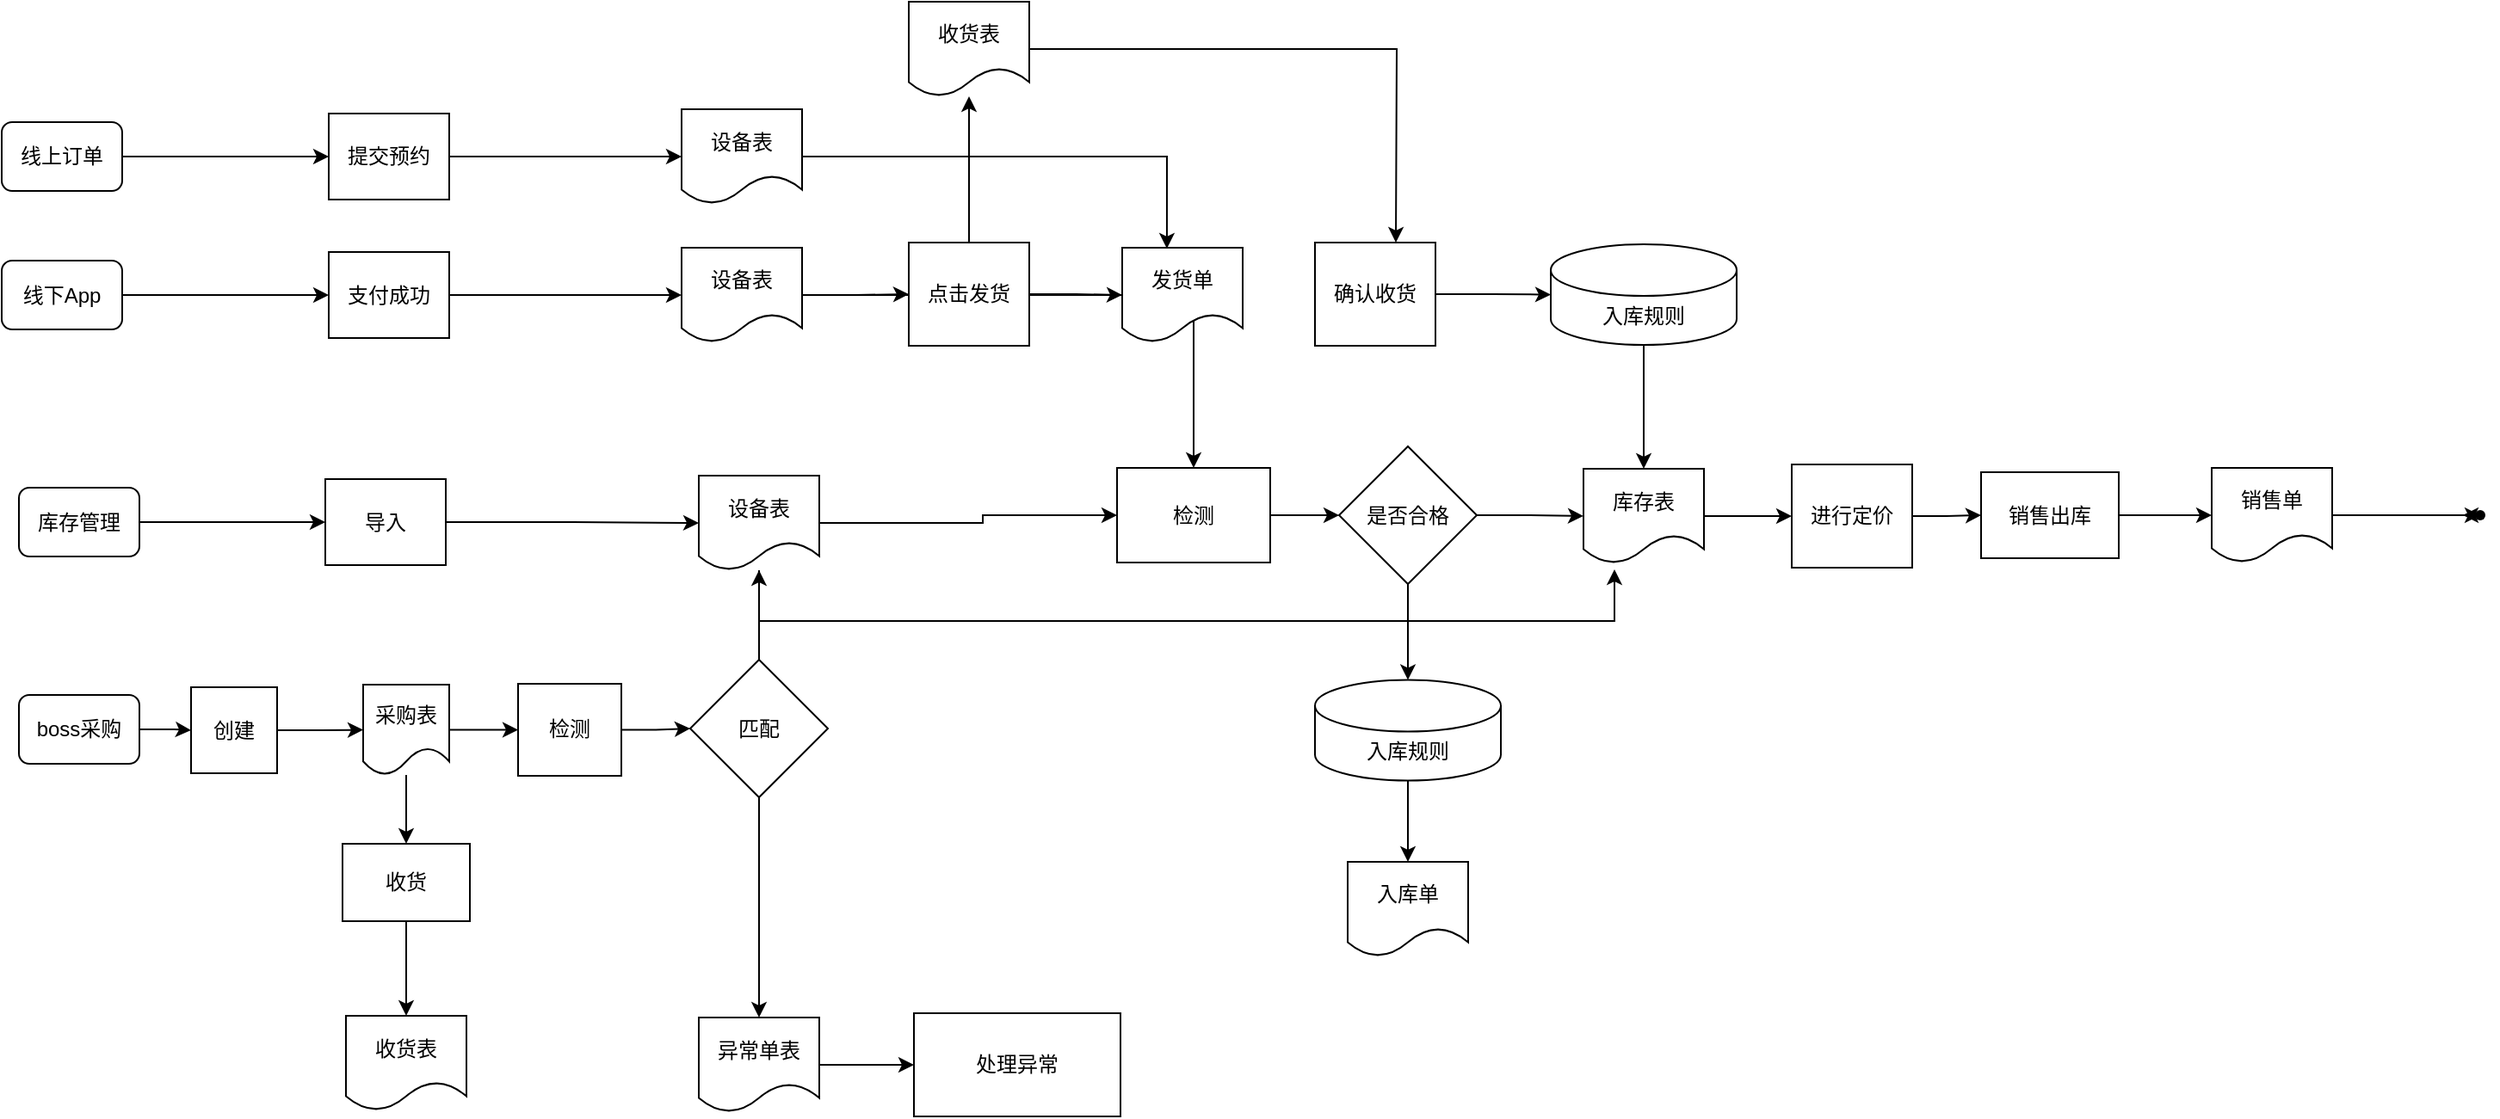
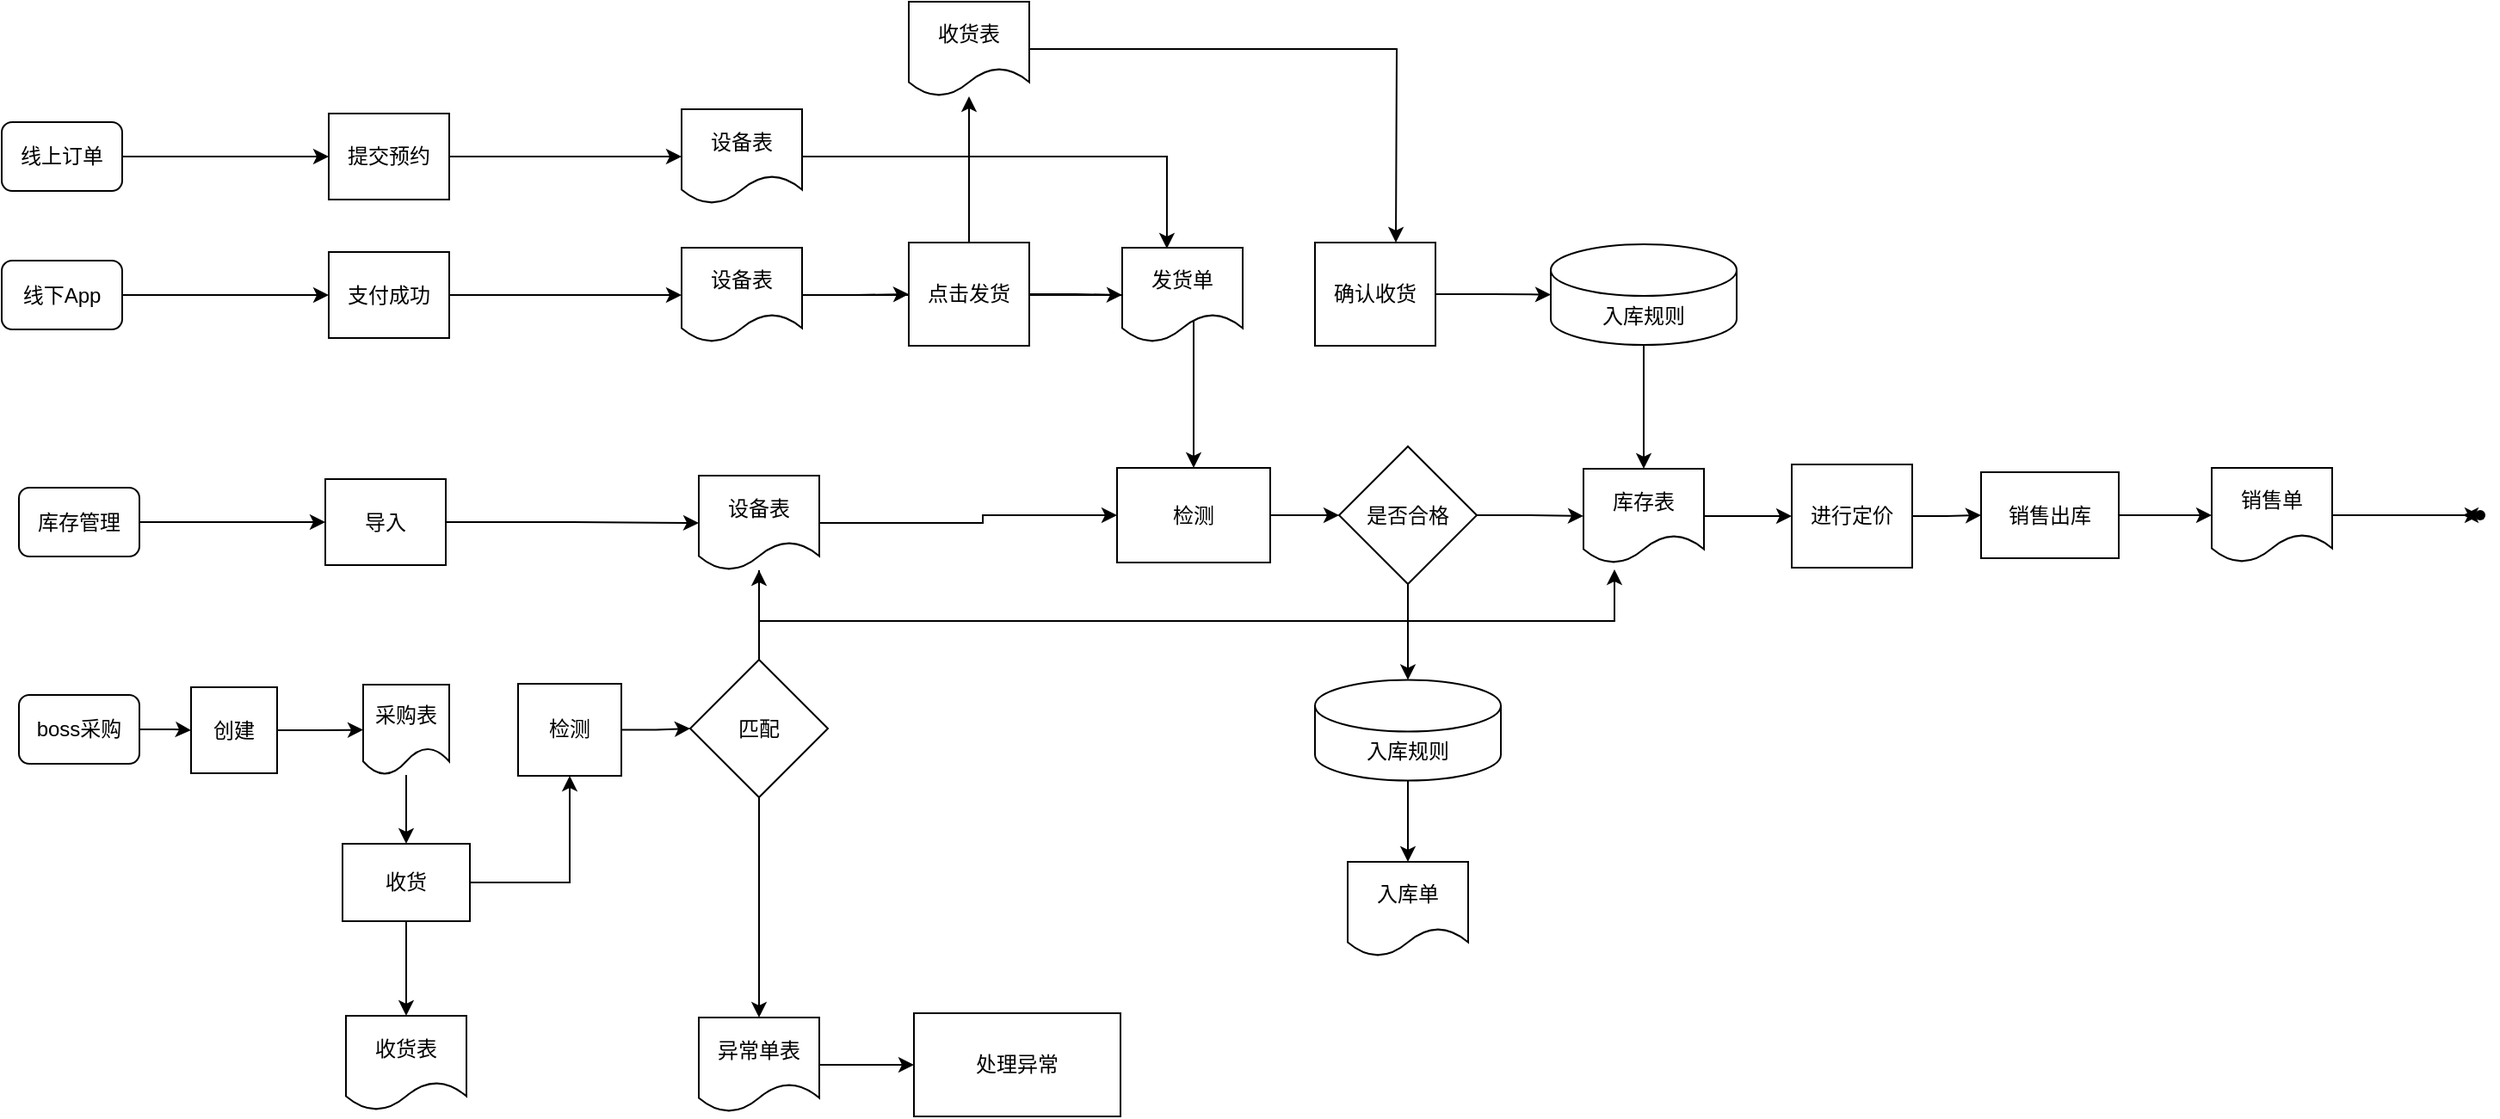
<mxfile host="app.diagrams.net">
  <diagram name="第 1 页" id="s3CgnVwbfZmktE_ADOAM">
-     <mxGraphModel dx="1653" dy="738" grid="1" gridSize="10" guides="1" tooltips="1" connect="1" arrows="1" fold="1" page="1" pageScale="1" pageWidth="827" pageHeight="1169" math="0" shadow="0">
+     <mxGraphModel dx="1383" dy="679" grid="1" gridSize="10" guides="1" tooltips="1" connect="1" arrows="1" fold="1" page="1" pageScale="1" pageWidth="827" pageHeight="1169" math="0" shadow="0">
      <root>
        <mxCell id="0" />
        <mxCell id="1" parent="0" />
        <mxCell id="9bAV4iDaCewVaVFpZhyE-6" edge="1" parent="1" source="9bAV4iDaCewVaVFpZhyE-1" style="edgeStyle=orthogonalEdgeStyle;rounded=0;orthogonalLoop=1;jettySize=auto;html=1;entryX=0;entryY=0.5;entryDx=0;entryDy=0;" target="9bAV4iDaCewVaVFpZhyE-5">
          <mxGeometry relative="1" as="geometry" />
        </mxCell>
        <mxCell id="9bAV4iDaCewVaVFpZhyE-1" parent="1" style="rounded=1;whiteSpace=wrap;html=1;" value="线上订单" vertex="1">
          <mxGeometry height="40" width="70" x="100" y="200" as="geometry" />
        </mxCell>
        <mxCell id="9bAV4iDaCewVaVFpZhyE-8" edge="1" parent="1" source="9bAV4iDaCewVaVFpZhyE-2" style="edgeStyle=orthogonalEdgeStyle;rounded=0;orthogonalLoop=1;jettySize=auto;html=1;entryX=0;entryY=0.5;entryDx=0;entryDy=0;" target="9bAV4iDaCewVaVFpZhyE-7">
          <mxGeometry relative="1" as="geometry" />
        </mxCell>
        <mxCell id="9bAV4iDaCewVaVFpZhyE-2" parent="1" style="rounded=1;whiteSpace=wrap;html=1;" value="线下App" vertex="1">
          <mxGeometry height="40" width="70" x="100" y="280.5" as="geometry" />
        </mxCell>
        <mxCell id="9bAV4iDaCewVaVFpZhyE-18" edge="1" parent="1" source="9bAV4iDaCewVaVFpZhyE-4" style="edgeStyle=orthogonalEdgeStyle;rounded=0;orthogonalLoop=1;jettySize=auto;html=1;entryX=0;entryY=0.5;entryDx=0;entryDy=0;" target="9bAV4iDaCewVaVFpZhyE-17">
          <mxGeometry relative="1" as="geometry" />
        </mxCell>
        <mxCell id="9bAV4iDaCewVaVFpZhyE-4" parent="1" style="rounded=1;whiteSpace=wrap;html=1;" value="boss采购" vertex="1">
          <mxGeometry height="40" width="70" x="110" y="533" as="geometry" />
        </mxCell>
        <mxCell id="9bAV4iDaCewVaVFpZhyE-13" edge="1" parent="1" source="9bAV4iDaCewVaVFpZhyE-5" style="edgeStyle=orthogonalEdgeStyle;rounded=0;orthogonalLoop=1;jettySize=auto;html=1;entryX=0;entryY=0.5;entryDx=0;entryDy=0;" target="9bAV4iDaCewVaVFpZhyE-10">
          <mxGeometry relative="1" as="geometry" />
        </mxCell>
        <mxCell id="9bAV4iDaCewVaVFpZhyE-5" parent="1" style="rounded=0;whiteSpace=wrap;html=1;" value="提交预约" vertex="1">
          <mxGeometry height="50" width="70" x="290" y="195" as="geometry" />
        </mxCell>
        <mxCell id="9bAV4iDaCewVaVFpZhyE-14" edge="1" parent="1" source="9bAV4iDaCewVaVFpZhyE-7" style="edgeStyle=orthogonalEdgeStyle;rounded=0;orthogonalLoop=1;jettySize=auto;html=1;entryX=0;entryY=0.5;entryDx=0;entryDy=0;" target="9bAV4iDaCewVaVFpZhyE-11">
          <mxGeometry relative="1" as="geometry" />
        </mxCell>
        <mxCell id="9bAV4iDaCewVaVFpZhyE-7" parent="1" style="rounded=0;whiteSpace=wrap;html=1;" value="支付成功" vertex="1">
          <mxGeometry height="50" width="70" x="290" y="275.5" as="geometry" />
        </mxCell>
        <mxCell id="GVKssT9AvyQaVMVPeHK4-81" edge="1" parent="1" source="9bAV4iDaCewVaVFpZhyE-9" style="edgeStyle=orthogonalEdgeStyle;rounded=0;orthogonalLoop=1;jettySize=auto;html=1;" target="GVKssT9AvyQaVMVPeHK4-80" value="">
          <mxGeometry relative="1" as="geometry" />
        </mxCell>
+         <mxCell id="8hWod6TTKWvcKmEvH4T0-15" edge="1" parent="1" source="9bAV4iDaCewVaVFpZhyE-9" style="edgeStyle=orthogonalEdgeStyle;rounded=0;orthogonalLoop=1;jettySize=auto;html=1;entryX=0.5;entryY=1;entryDx=0;entryDy=0;" target="GVKssT9AvyQaVMVPeHK4-85">
+           <mxGeometry relative="1" as="geometry" />
+         </mxCell>
        <mxCell id="9bAV4iDaCewVaVFpZhyE-9" parent="1" style="rounded=0;whiteSpace=wrap;html=1;" value="收货" vertex="1">
          <mxGeometry height="45" width="74" x="298" y="619.5" as="geometry" />
        </mxCell>
        <mxCell id="9bAV4iDaCewVaVFpZhyE-10" parent="1" style="shape=document;whiteSpace=wrap;html=1;boundedLbl=1;" value="设备表" vertex="1">
          <mxGeometry height="55" width="70" x="495" y="192.5" as="geometry" />
        </mxCell>
        <mxCell id="GVKssT9AvyQaVMVPeHK4-16" edge="1" parent="1" source="9bAV4iDaCewVaVFpZhyE-11" style="edgeStyle=orthogonalEdgeStyle;rounded=0;orthogonalLoop=1;jettySize=auto;html=1;entryX=0.5;entryY=0;entryDx=0;entryDy=0;" target="GVKssT9AvyQaVMVPeHK4-11">
          <mxGeometry relative="1" as="geometry" />
        </mxCell>
        <mxCell id="GVKssT9AvyQaVMVPeHK4-46" edge="1" parent="1" source="9bAV4iDaCewVaVFpZhyE-11" style="edgeStyle=orthogonalEdgeStyle;rounded=0;orthogonalLoop=1;jettySize=auto;html=1;entryX=0;entryY=0.5;entryDx=0;entryDy=0;" target="GVKssT9AvyQaVMVPeHK4-45">
          <mxGeometry relative="1" as="geometry" />
        </mxCell>
        <mxCell id="9bAV4iDaCewVaVFpZhyE-11" parent="1" style="shape=document;whiteSpace=wrap;html=1;boundedLbl=1;" value="设备表" vertex="1">
          <mxGeometry height="55" width="70" x="495" y="273" as="geometry" />
        </mxCell>
        <mxCell id="9bAV4iDaCewVaVFpZhyE-20" edge="1" parent="1" source="9bAV4iDaCewVaVFpZhyE-17" style="edgeStyle=orthogonalEdgeStyle;rounded=0;orthogonalLoop=1;jettySize=auto;html=1;entryX=0;entryY=0.5;entryDx=0;entryDy=0;" target="9bAV4iDaCewVaVFpZhyE-19">
          <mxGeometry relative="1" as="geometry" />
        </mxCell>
        <mxCell id="9bAV4iDaCewVaVFpZhyE-17" parent="1" style="rounded=0;whiteSpace=wrap;html=1;" value="创建" vertex="1">
          <mxGeometry height="50" width="50" x="210" y="528.5" as="geometry" />
        </mxCell>
        <mxCell id="GVKssT9AvyQaVMVPeHK4-70" edge="1" parent="1" source="9bAV4iDaCewVaVFpZhyE-19" style="edgeStyle=orthogonalEdgeStyle;rounded=0;orthogonalLoop=1;jettySize=auto;html=1;" target="9bAV4iDaCewVaVFpZhyE-9" value="">
-           <mxGeometry relative="1" as="geometry" />
-         </mxCell>
-         <mxCell id="GVKssT9AvyQaVMVPeHK4-86" edge="1" parent="1" source="9bAV4iDaCewVaVFpZhyE-19" style="edgeStyle=orthogonalEdgeStyle;rounded=0;orthogonalLoop=1;jettySize=auto;html=1;" target="GVKssT9AvyQaVMVPeHK4-85" value="">
          <mxGeometry relative="1" as="geometry" />
        </mxCell>
        <mxCell id="9bAV4iDaCewVaVFpZhyE-19" parent="1" style="shape=document;whiteSpace=wrap;html=1;boundedLbl=1;" value="采购表" vertex="1">
          <mxGeometry height="52.5" width="50" x="310" y="527" as="geometry" />
        </mxCell>
        <mxCell id="GVKssT9AvyQaVMVPeHK4-67" edge="1" parent="1" source="GVKssT9AvyQaVMVPeHK4-10" style="edgeStyle=orthogonalEdgeStyle;rounded=0;orthogonalLoop=1;jettySize=auto;html=1;" target="GVKssT9AvyQaVMVPeHK4-13" value="">
          <mxGeometry relative="1" as="geometry" />
        </mxCell>
        <mxCell id="8hWod6TTKWvcKmEvH4T0-7" edge="1" parent="1" source="GVKssT9AvyQaVMVPeHK4-10" style="edgeStyle=orthogonalEdgeStyle;rounded=0;orthogonalLoop=1;jettySize=auto;html=1;" target="8hWod6TTKWvcKmEvH4T0-6" value="">
          <mxGeometry relative="1" as="geometry" />
        </mxCell>
        <mxCell id="GVKssT9AvyQaVMVPeHK4-10" parent="1" style="rhombus;whiteSpace=wrap;html=1;" value="是否合格" vertex="1">
          <mxGeometry height="80" width="80" x="877" y="388.5" as="geometry" />
        </mxCell>
        <mxCell id="GVKssT9AvyQaVMVPeHK4-74" edge="1" parent="1" source="GVKssT9AvyQaVMVPeHK4-11" style="edgeStyle=orthogonalEdgeStyle;rounded=0;orthogonalLoop=1;jettySize=auto;html=1;" target="GVKssT9AvyQaVMVPeHK4-10" value="">
          <mxGeometry relative="1" as="geometry" />
        </mxCell>
        <mxCell id="GVKssT9AvyQaVMVPeHK4-11" parent="1" style="rounded=0;whiteSpace=wrap;html=1;" value="&lt;span style=&quot;text-align: left;&quot;&gt;检测&lt;/span&gt;" vertex="1">
          <mxGeometry height="55" width="89" x="748" y="401" as="geometry" />
        </mxCell>
        <mxCell id="GVKssT9AvyQaVMVPeHK4-60" edge="1" parent="1" source="GVKssT9AvyQaVMVPeHK4-13" style="edgeStyle=orthogonalEdgeStyle;rounded=0;orthogonalLoop=1;jettySize=auto;html=1;" target="GVKssT9AvyQaVMVPeHK4-19" value="">
          <mxGeometry relative="1" as="geometry" />
        </mxCell>
        <mxCell id="GVKssT9AvyQaVMVPeHK4-13" parent="1" style="shape=document;whiteSpace=wrap;html=1;boundedLbl=1;" value="库存表" vertex="1">
          <mxGeometry height="55" width="70" x="1019" y="401.5" as="geometry" />
        </mxCell>
        <mxCell id="GVKssT9AvyQaVMVPeHK4-22" edge="1" parent="1" source="GVKssT9AvyQaVMVPeHK4-19" style="edgeStyle=orthogonalEdgeStyle;rounded=0;orthogonalLoop=1;jettySize=auto;html=1;" target="GVKssT9AvyQaVMVPeHK4-21" value="">
          <mxGeometry relative="1" as="geometry" />
        </mxCell>
        <mxCell id="GVKssT9AvyQaVMVPeHK4-19" parent="1" style="rounded=0;whiteSpace=wrap;html=1;" value="进行定价" vertex="1">
          <mxGeometry height="60" width="70" x="1140" y="399" as="geometry" />
        </mxCell>
        <mxCell id="GVKssT9AvyQaVMVPeHK4-25" edge="1" parent="1" source="GVKssT9AvyQaVMVPeHK4-21" style="edgeStyle=orthogonalEdgeStyle;rounded=0;orthogonalLoop=1;jettySize=auto;html=1;" target="GVKssT9AvyQaVMVPeHK4-24" value="">
          <mxGeometry relative="1" as="geometry" />
        </mxCell>
        <mxCell id="GVKssT9AvyQaVMVPeHK4-21" parent="1" style="whiteSpace=wrap;html=1;rounded=0;" value="销售出库" vertex="1">
          <mxGeometry height="50" width="80" x="1250" y="403.5" as="geometry" />
        </mxCell>
        <mxCell id="GVKssT9AvyQaVMVPeHK4-62" edge="1" parent="1" source="GVKssT9AvyQaVMVPeHK4-61" style="edgeStyle=orthogonalEdgeStyle;rounded=0;orthogonalLoop=1;jettySize=auto;html=1;" value="">
          <mxGeometry relative="1" as="geometry">
            <mxPoint x="1530" y="429" as="targetPoint" />
          </mxGeometry>
        </mxCell>
        <mxCell id="GVKssT9AvyQaVMVPeHK4-24" parent="1" style="shape=document;whiteSpace=wrap;html=1;boundedLbl=1;" value="销售单" vertex="1">
          <mxGeometry height="55" width="70" x="1384" y="401" as="geometry" />
        </mxCell>
        <mxCell id="GVKssT9AvyQaVMVPeHK4-26" parent="1" style="shape=document;whiteSpace=wrap;html=1;boundedLbl=1;" value="发货单" vertex="1">
          <mxGeometry height="55" width="70" x="751" y="273" as="geometry" />
        </mxCell>
        <mxCell id="GVKssT9AvyQaVMVPeHK4-30" edge="1" parent="1" source="9bAV4iDaCewVaVFpZhyE-2" style="edgeStyle=orthogonalEdgeStyle;rounded=0;orthogonalLoop=1;jettySize=auto;html=1;exitX=0.5;exitY=1;exitDx=0;exitDy=0;" target="9bAV4iDaCewVaVFpZhyE-2">
          <mxGeometry relative="1" as="geometry" />
        </mxCell>
        <mxCell id="GVKssT9AvyQaVMVPeHK4-31" edge="1" parent="1" style="edgeStyle=orthogonalEdgeStyle;rounded=0;orthogonalLoop=1;jettySize=auto;html=1;exitX=0.5;exitY=1;exitDx=0;exitDy=0;">
          <mxGeometry relative="1" as="geometry">
            <mxPoint x="200" y="390" as="sourcePoint" />
            <mxPoint x="200" y="390" as="targetPoint" />
          </mxGeometry>
        </mxCell>
        <mxCell id="GVKssT9AvyQaVMVPeHK4-34" edge="1" parent="1" source="GVKssT9AvyQaVMVPeHK4-32" style="edgeStyle=orthogonalEdgeStyle;rounded=0;orthogonalLoop=1;jettySize=auto;html=1;entryX=0;entryY=0.5;entryDx=0;entryDy=0;" target="GVKssT9AvyQaVMVPeHK4-33">
          <mxGeometry relative="1" as="geometry" />
        </mxCell>
        <mxCell id="GVKssT9AvyQaVMVPeHK4-32" parent="1" style="rounded=1;whiteSpace=wrap;html=1;" value="库存管理" vertex="1">
          <mxGeometry height="40" width="70" x="110" y="412.5" as="geometry" />
        </mxCell>
        <mxCell id="GVKssT9AvyQaVMVPeHK4-33" parent="1" style="rounded=0;whiteSpace=wrap;html=1;" value="导入" vertex="1">
          <mxGeometry height="50" width="70" x="288" y="407.5" as="geometry" />
        </mxCell>
        <mxCell id="GVKssT9AvyQaVMVPeHK4-39" edge="1" parent="1" style="edgeStyle=orthogonalEdgeStyle;rounded=0;orthogonalLoop=1;jettySize=auto;html=1;exitX=0.5;exitY=1;exitDx=0;exitDy=0;">
          <mxGeometry relative="1" as="geometry">
            <mxPoint x="133" y="453.5" as="sourcePoint" />
            <mxPoint x="133" y="453.5" as="targetPoint" />
          </mxGeometry>
        </mxCell>
        <mxCell id="GVKssT9AvyQaVMVPeHK4-75" edge="1" parent="1" source="GVKssT9AvyQaVMVPeHK4-40" style="edgeStyle=orthogonalEdgeStyle;rounded=0;orthogonalLoop=1;jettySize=auto;html=1;">
          <mxGeometry relative="1" as="geometry">
            <Array as="points">
              <mxPoint x="540" y="490" />
              <mxPoint x="1037" y="490" />
            </Array>
            <mxPoint x="1037" y="460" as="targetPoint" />
          </mxGeometry>
        </mxCell>
        <mxCell id="GVKssT9AvyQaVMVPeHK4-94" edge="1" parent="1" source="GVKssT9AvyQaVMVPeHK4-40" style="edgeStyle=orthogonalEdgeStyle;rounded=0;orthogonalLoop=1;jettySize=auto;html=1;entryX=0;entryY=0.5;entryDx=0;entryDy=0;" target="GVKssT9AvyQaVMVPeHK4-11">
          <mxGeometry relative="1" as="geometry">
            <Array as="points">
              <mxPoint x="670" y="433" />
              <mxPoint x="670" y="429" />
            </Array>
          </mxGeometry>
        </mxCell>
        <mxCell id="GVKssT9AvyQaVMVPeHK4-40" parent="1" style="shape=document;whiteSpace=wrap;html=1;boundedLbl=1;" value="设备表" vertex="1">
          <mxGeometry height="55" width="70" x="505" y="405.5" as="geometry" />
        </mxCell>
        <mxCell id="GVKssT9AvyQaVMVPeHK4-41" edge="1" parent="1" source="GVKssT9AvyQaVMVPeHK4-33" style="edgeStyle=orthogonalEdgeStyle;rounded=0;orthogonalLoop=1;jettySize=auto;html=1;entryX=0;entryY=0.5;entryDx=0;entryDy=0;" target="GVKssT9AvyQaVMVPeHK4-40">
          <mxGeometry relative="1" as="geometry" />
        </mxCell>
        <mxCell id="GVKssT9AvyQaVMVPeHK4-47" edge="1" parent="1" source="GVKssT9AvyQaVMVPeHK4-45" style="edgeStyle=orthogonalEdgeStyle;rounded=0;orthogonalLoop=1;jettySize=auto;html=1;entryX=0;entryY=0.5;entryDx=0;entryDy=0;" target="GVKssT9AvyQaVMVPeHK4-26">
          <mxGeometry relative="1" as="geometry" />
        </mxCell>
        <mxCell id="8hWod6TTKWvcKmEvH4T0-10" edge="1" parent="1" source="GVKssT9AvyQaVMVPeHK4-45" style="edgeStyle=orthogonalEdgeStyle;rounded=0;orthogonalLoop=1;jettySize=auto;html=1;" target="8hWod6TTKWvcKmEvH4T0-9" value="">
          <mxGeometry relative="1" as="geometry" />
        </mxCell>
        <mxCell id="GVKssT9AvyQaVMVPeHK4-45" parent="1" style="rounded=0;whiteSpace=wrap;html=1;" value="点击发货" vertex="1">
          <mxGeometry height="60" width="70" x="627" y="270" as="geometry" />
        </mxCell>
        <mxCell id="GVKssT9AvyQaVMVPeHK4-48" edge="1" parent="1" source="9bAV4iDaCewVaVFpZhyE-10" style="edgeStyle=orthogonalEdgeStyle;rounded=0;orthogonalLoop=1;jettySize=auto;html=1;entryX=0.371;entryY=0.009;entryDx=0;entryDy=0;entryPerimeter=0;" target="GVKssT9AvyQaVMVPeHK4-26">
          <mxGeometry relative="1" as="geometry" />
        </mxCell>
        <mxCell id="8hWod6TTKWvcKmEvH4T0-12" edge="1" parent="1" source="GVKssT9AvyQaVMVPeHK4-49" style="edgeStyle=orthogonalEdgeStyle;rounded=0;orthogonalLoop=1;jettySize=auto;html=1;" target="8hWod6TTKWvcKmEvH4T0-11" value="">
          <mxGeometry relative="1" as="geometry" />
        </mxCell>
        <mxCell id="GVKssT9AvyQaVMVPeHK4-49" parent="1" style="whiteSpace=wrap;html=1;" value="确认收货" vertex="1">
          <mxGeometry height="60" width="70" x="863" y="270" as="geometry" />
        </mxCell>
        <mxCell id="GVKssT9AvyQaVMVPeHK4-65" edge="1" parent="1" source="GVKssT9AvyQaVMVPeHK4-24" style="edgeStyle=orthogonalEdgeStyle;rounded=0;orthogonalLoop=1;jettySize=auto;html=1;" target="GVKssT9AvyQaVMVPeHK4-61" value="">
          <mxGeometry relative="1" as="geometry">
            <mxPoint x="1454" y="429" as="sourcePoint" />
            <mxPoint x="1530" y="429" as="targetPoint" />
          </mxGeometry>
        </mxCell>
        <mxCell id="GVKssT9AvyQaVMVPeHK4-61" parent="1" style="shape=waypoint;sketch=0;size=6;pointerEvents=1;points=[];fillColor=default;resizable=0;rotatable=0;perimeter=centerPerimeter;snapToPoint=1;" value="" vertex="1">
          <mxGeometry height="20" width="20" x="1530" y="418.5" as="geometry" />
        </mxCell>
        <mxCell id="GVKssT9AvyQaVMVPeHK4-80" parent="1" style="shape=document;whiteSpace=wrap;html=1;boundedLbl=1;" value="收货表" vertex="1">
          <mxGeometry height="55" width="70" x="300" y="719.5" as="geometry" />
        </mxCell>
        <mxCell id="GVKssT9AvyQaVMVPeHK4-88" edge="1" parent="1" source="GVKssT9AvyQaVMVPeHK4-85" style="edgeStyle=orthogonalEdgeStyle;rounded=0;orthogonalLoop=1;jettySize=auto;html=1;" target="GVKssT9AvyQaVMVPeHK4-87" value="">
          <mxGeometry relative="1" as="geometry" />
        </mxCell>
        <mxCell id="GVKssT9AvyQaVMVPeHK4-85" parent="1" style="rounded=0;whiteSpace=wrap;html=1;" value="&lt;span style=&quot;text-align: left;&quot;&gt;检测&lt;/span&gt;" vertex="1">
          <mxGeometry height="53.5" width="60" x="400" y="526.5" as="geometry" />
        </mxCell>
        <mxCell id="GVKssT9AvyQaVMVPeHK4-91" edge="1" parent="1" source="GVKssT9AvyQaVMVPeHK4-87" style="edgeStyle=orthogonalEdgeStyle;rounded=0;orthogonalLoop=1;jettySize=auto;html=1;" target="GVKssT9AvyQaVMVPeHK4-40" value="">
          <mxGeometry relative="1" as="geometry" />
        </mxCell>
        <mxCell id="GVKssT9AvyQaVMVPeHK4-93" edge="1" parent="1" source="GVKssT9AvyQaVMVPeHK4-87" style="edgeStyle=orthogonalEdgeStyle;rounded=0;orthogonalLoop=1;jettySize=auto;html=1;entryX=0.5;entryY=0;entryDx=0;entryDy=0;" target="GVKssT9AvyQaVMVPeHK4-92">
          <mxGeometry relative="1" as="geometry" />
        </mxCell>
        <mxCell id="GVKssT9AvyQaVMVPeHK4-87" parent="1" style="rhombus;whiteSpace=wrap;html=1;" value="匹配" vertex="1">
          <mxGeometry height="80" width="80" x="500" y="512.5" as="geometry" />
        </mxCell>
        <mxCell id="GVKssT9AvyQaVMVPeHK4-96" edge="1" parent="1" source="GVKssT9AvyQaVMVPeHK4-92" style="edgeStyle=orthogonalEdgeStyle;rounded=0;orthogonalLoop=1;jettySize=auto;html=1;" target="GVKssT9AvyQaVMVPeHK4-95" value="">
          <mxGeometry relative="1" as="geometry" />
        </mxCell>
        <mxCell id="GVKssT9AvyQaVMVPeHK4-92" parent="1" style="shape=document;whiteSpace=wrap;html=1;boundedLbl=1;" value="异常单表" vertex="1">
          <mxGeometry height="55" width="70" x="505" y="720.5" as="geometry" />
        </mxCell>
        <mxCell id="GVKssT9AvyQaVMVPeHK4-95" parent="1" style="whiteSpace=wrap;html=1;" value="处理异常" vertex="1">
          <mxGeometry height="60" width="120" x="630" y="718" as="geometry" />
        </mxCell>
        <mxCell id="8hWod6TTKWvcKmEvH4T0-4" parent="1" style="shape=document;whiteSpace=wrap;html=1;boundedLbl=1;" value="入库单" vertex="1">
          <mxGeometry height="55" width="70" x="882" y="630" as="geometry" />
        </mxCell>
        <mxCell id="8hWod6TTKWvcKmEvH4T0-8" edge="1" parent="1" source="8hWod6TTKWvcKmEvH4T0-6" style="edgeStyle=orthogonalEdgeStyle;rounded=0;orthogonalLoop=1;jettySize=auto;html=1;" target="8hWod6TTKWvcKmEvH4T0-4" value="">
          <mxGeometry relative="1" as="geometry" />
        </mxCell>
        <mxCell id="8hWod6TTKWvcKmEvH4T0-6" parent="1" style="shape=cylinder3;whiteSpace=wrap;html=1;boundedLbl=1;backgroundOutline=1;size=15;" value="入库规则" vertex="1">
          <mxGeometry height="58.5" width="108" x="863" y="524.25" as="geometry" />
        </mxCell>
        <mxCell id="8hWod6TTKWvcKmEvH4T0-14" edge="1" parent="1" source="8hWod6TTKWvcKmEvH4T0-9" style="edgeStyle=orthogonalEdgeStyle;rounded=0;orthogonalLoop=1;jettySize=auto;html=1;">
          <mxGeometry relative="1" as="geometry">
            <mxPoint x="910" y="270" as="targetPoint" />
          </mxGeometry>
        </mxCell>
        <mxCell id="8hWod6TTKWvcKmEvH4T0-9" parent="1" style="shape=document;whiteSpace=wrap;html=1;boundedLbl=1;" value="收货表" vertex="1">
          <mxGeometry height="55" width="70" x="627" y="130" as="geometry" />
        </mxCell>
        <mxCell id="8hWod6TTKWvcKmEvH4T0-13" edge="1" parent="1" source="8hWod6TTKWvcKmEvH4T0-11" style="edgeStyle=orthogonalEdgeStyle;rounded=0;orthogonalLoop=1;jettySize=auto;html=1;" target="GVKssT9AvyQaVMVPeHK4-13" value="">
          <mxGeometry relative="1" as="geometry" />
        </mxCell>
        <mxCell id="8hWod6TTKWvcKmEvH4T0-11" parent="1" style="shape=cylinder3;whiteSpace=wrap;html=1;boundedLbl=1;backgroundOutline=1;size=15;" value="入库规则" vertex="1">
          <mxGeometry height="58.5" width="108" x="1000" y="271" as="geometry" />
        </mxCell>
      </root>
    </mxGraphModel>
  </diagram>
</mxfile>
